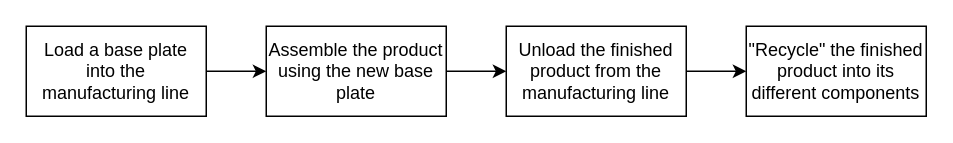
The draw.io diagram MESSequence.drawio in frangonzalez98/Diagramas_PFG, before the edit. Source tidied: cells renumbered, new cells numbered last; positions are measured from the earlier drawing's top-left corner, leaving out a move shared by most shapes. Both pictures are drawn from the tidied source at 150%, with x=0, y=0 at pixel (26, 26).
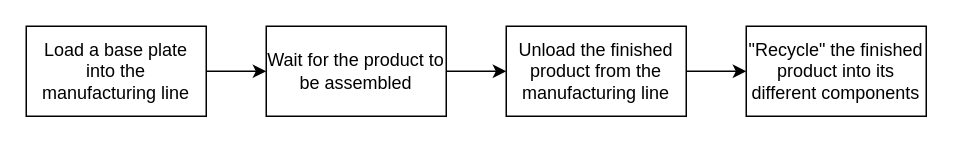
After the change.

Diff of the diagram source:
```diff
@@
 <mxGraphModel>
   <root>
     <mxCell id="0" />
     <mxCell id="1" parent="0" />
     <mxCell id="2" style="edgeStyle=orthogonalEdgeStyle;rounded=0;jettySize=auto;html=1;exitX=1;exitY=0.5;exitDx=0;exitDy=0;entryX=0;entryY=0.5;entryDx=0;entryDy=0;" parent="1" edge="1" source="3" target="5">
       <mxGeometry relative="1" as="geometry" />
     </mxCell>
     <mxCell id="3" value="Load a base plate into the manufacturing line" style="rounded=0;whiteSpace=wrap;html=1;" parent="1" vertex="1">
       <mxGeometry width="120" height="60" as="geometry" />
     </mxCell>
     <mxCell id="4" style="edgeStyle=orthogonalEdgeStyle;rounded=0;jettySize=auto;html=1;exitX=1;exitY=0.5;exitDx=0;exitDy=0;entryX=0;entryY=0.5;entryDx=0;entryDy=0;" parent="1" edge="1" source="5" target="7">
       <mxGeometry relative="1" as="geometry" />
     </mxCell>
-    <mxCell id="5" value="Assemble the product using the new base plate" style="rounded=0;whiteSpace=wrap;html=1;" parent="1" vertex="1">
+    <mxCell id="5" value="Wait for the product to be assembled" style="rounded=0;whiteSpace=wrap;html=1;" parent="1" vertex="1">
       <mxGeometry x="160" width="120" height="60" as="geometry" />
     </mxCell>
     <mxCell id="6" style="edgeStyle=orthogonalEdgeStyle;rounded=0;jettySize=auto;html=1;exitX=1;exitY=0.5;exitDx=0;exitDy=0;entryX=0;entryY=0.5;entryDx=0;entryDy=0;" parent="1" edge="1" source="7" target="8">
       <mxGeometry relative="1" as="geometry" />
     </mxCell>
     <mxCell id="7" value="Unload the finished product from the manufacturing line" style="rounded=0;whiteSpace=wrap;html=1;" parent="1" vertex="1">
       <mxGeometry x="320" width="120" height="60" as="geometry" />
     </mxCell>
     <mxCell id="8" value="&quot;Recycle&quot; the finished product into its different components" style="rounded=0;whiteSpace=wrap;html=1;" parent="1" vertex="1">
       <mxGeometry x="480" width="120" height="60" as="geometry" />
     </mxCell>
   </root>
 </mxGraphModel>
```
